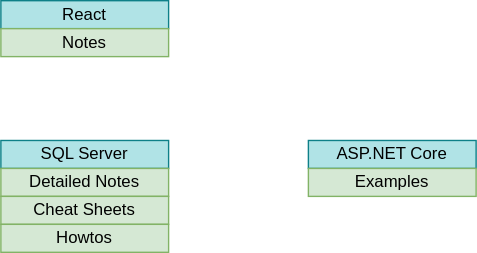
This is Diagram.svg from kennyrnwilson/kennyrnwilson.github.io, a draw.io export, as it was before one commit. Source tidied: cells renumbered, new cells last; positions are measured from the earlier drawing's top-left corner, leaving out a move shared by most shapes. The source it was exported from:
```xml
<mxGraphModel>
  <root>
    <mxCell id="0" />
    <mxCell id="1" parent="0" />
    <mxCell id="2" value="&lt;a href=&quot;https://bitbucket.org/kennyrnwilson/sqlserverbasics/src/master/README.md&quot;&gt;SQL Server&lt;/a&gt;" style="rounded=0;whiteSpace=wrap;html=1;fillColor=#b0e3e6;strokeColor=#0e8088;" parent="1" vertex="1">
      <mxGeometry y="100" width="120" height="20" as="geometry" />
    </mxCell>
    <mxCell id="3" value="&lt;a href=&quot;https://bitbucket.org/kennyrnwilson/sqlserverbasics/src/master/docs/notes/notes.md&quot;&gt;Detailed Notes&lt;/a&gt;" style="rounded=0;whiteSpace=wrap;html=1;fillColor=#d5e8d4;strokeColor=#82b366;" parent="1" vertex="1">
      <mxGeometry y="120" width="120" height="20" as="geometry" />
    </mxCell>
    <mxCell id="4" value="&lt;a href=&quot;https://bitbucket.org/kennyrnwilson/sqlserverbasics/src/docs/cheatsheets/cheatsheets.md&quot;&gt;Cheat Sheets&lt;/a&gt;" style="rounded=0;whiteSpace=wrap;html=1;fillColor=#d5e8d4;strokeColor=#82b366;" parent="1" vertex="1">
      <mxGeometry y="140" width="120" height="20" as="geometry" />
    </mxCell>
    <mxCell id="5" value="&lt;a href=&quot;https://bitbucket.org/kennyrnwilson/sqlserverbasics/src/master/howtos/howtos.md&quot;&gt;Howtos&lt;/a&gt;" style="rounded=0;whiteSpace=wrap;html=1;fillColor=#d5e8d4;strokeColor=#82b366;" parent="1" vertex="1">
      <mxGeometry y="160" width="120" height="20" as="geometry" />
    </mxCell>
    <mxCell id="6" value="&lt;a href=&quot;https://github.com/kennyrnwilson/aspdotnetcore&quot;&gt;ASP.NET Core&lt;/a&gt;" style="rounded=0;whiteSpace=wrap;html=1;fillColor=#b0e3e6;strokeColor=#0e8088;" parent="1" vertex="1">
      <mxGeometry x="220" y="100" width="120" height="20" as="geometry" />
    </mxCell>
    <mxCell id="7" value="&lt;a href=&quot;https://github.com/kennyrnwilson/aspdotnetcore/blob/main/examples/README.MD&quot;&gt;Examples&lt;/a&gt;" style="rounded=0;whiteSpace=wrap;html=1;fillColor=#d5e8d4;strokeColor=#82b366;" parent="1" vertex="1">
      <mxGeometry x="220" y="120" width="120" height="20" as="geometry" />
    </mxCell>
    <mxCell id="8" value="&lt;a href=&quot;https://github.com/kennyrnwilson/react&quot;&gt;React&lt;/a&gt;" style="rounded=0;whiteSpace=wrap;html=1;fillColor=#b0e3e6;strokeColor=#0e8088;" parent="1" vertex="1">
      <mxGeometry width="120" height="20" as="geometry" />
    </mxCell>
    <mxCell id="9" value="&lt;a href=&quot;https://github.com/kennyrnwilson/react/blob/main/notes/README.MD&quot;&gt;Notes&lt;/a&gt;" style="rounded=0;whiteSpace=wrap;html=1;fillColor=#d5e8d4;strokeColor=#82b366;" parent="1" vertex="1">
      <mxGeometry y="20" width="120" height="20" as="geometry" />
    </mxCell>
  </root>
</mxGraphModel>
```
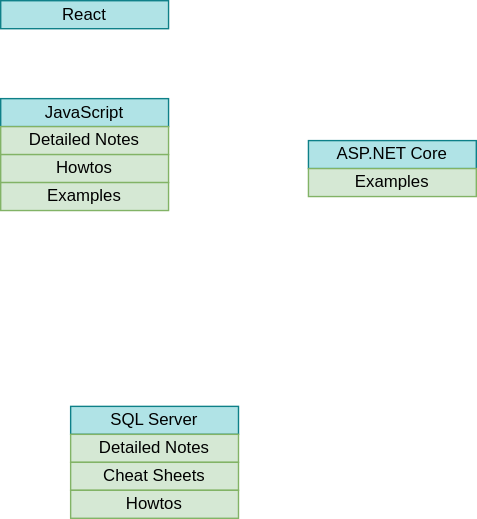
After the change.

Commit message:
Update JavaScript notes

Diff of the diagram source:
```diff
@@ -15,16 +15,25 @@
       <mxGeometry y="160" width="120" height="20" as="geometry" />
     </mxCell>
     <mxCell id="6" value="&lt;a href=&quot;https://github.com/kennyrnwilson/aspdotnetcore&quot;&gt;ASP.NET Core&lt;/a&gt;" style="rounded=0;whiteSpace=wrap;html=1;fillColor=#b0e3e6;strokeColor=#0e8088;" parent="1" vertex="1">
-      <mxGeometry x="220" y="100" width="120" height="20" as="geometry" />
+      <mxGeometry x="170" y="-90" width="120" height="20" as="geometry" />
     </mxCell>
     <mxCell id="7" value="&lt;a href=&quot;https://github.com/kennyrnwilson/aspdotnetcore/blob/main/examples/README.MD&quot;&gt;Examples&lt;/a&gt;" style="rounded=0;whiteSpace=wrap;html=1;fillColor=#d5e8d4;strokeColor=#82b366;" parent="1" vertex="1">
-      <mxGeometry x="220" y="120" width="120" height="20" as="geometry" />
+      <mxGeometry x="170" y="-70" width="120" height="20" as="geometry" />
     </mxCell>
     <mxCell id="8" value="&lt;a href=&quot;https://github.com/kennyrnwilson/react&quot;&gt;React&lt;/a&gt;" style="rounded=0;whiteSpace=wrap;html=1;fillColor=#b0e3e6;strokeColor=#0e8088;" parent="1" vertex="1">
-      <mxGeometry width="120" height="20" as="geometry" />
+      <mxGeometry x="-50" y="-190" width="120" height="20" as="geometry" />
     </mxCell>
-    <mxCell id="9" value="&lt;a href=&quot;https://github.com/kennyrnwilson/react/blob/main/notes/README.MD&quot;&gt;Notes&lt;/a&gt;" style="rounded=0;whiteSpace=wrap;html=1;fillColor=#d5e8d4;strokeColor=#82b366;" parent="1" vertex="1">
-      <mxGeometry y="20" width="120" height="20" as="geometry" />
-    </mxCell>
+    <mxCell id="10" value="&lt;a href=&quot;https://github.com/kennyrnwilson/javascript&quot;&gt;JavaScript&lt;/a&gt;" style="rounded=0;whiteSpace=wrap;html=1;fillColor=#b0e3e6;strokeColor=#0e8088;" parent="1" vertex="1">
+      <mxGeometry x="-50" y="-120" width="120" height="20" as="geometry" />
+    </mxCell>
+    <mxCell id="11" value="&lt;a href=&quot;https://github.com/kennyrnwilson/javascript/blob/master/docs/notes/README.MD&quot;&gt;Detailed Notes&lt;/a&gt;" style="rounded=0;whiteSpace=wrap;html=1;fillColor=#d5e8d4;strokeColor=#82b366;" parent="1" vertex="1">
+      <mxGeometry x="-50" y="-100" width="120" height="20" as="geometry" />
+    </mxCell>
+    <mxCell id="12" value="&lt;a href=&quot;https://bitbucket.org/kennyrnwilson/javascript/src/master/docs/howtos/README.MD&quot;&gt;Howtos&lt;/a&gt;" style="rounded=0;whiteSpace=wrap;html=1;fillColor=#d5e8d4;strokeColor=#82b366;" parent="1" vertex="1">
+      <mxGeometry x="-50" y="-80" width="120" height="20" as="geometry" />
+    </mxCell>
+    <mxCell id="13" value="&lt;a href=&quot;https://github.com/kennyrnwilson/javascript/blob/master/docs/examples/README.MD&quot;&gt;Examples&lt;/a&gt;" style="rounded=0;whiteSpace=wrap;html=1;fillColor=#d5e8d4;strokeColor=#82b366;" parent="1" vertex="1">
+      <mxGeometry x="-50" y="-60" width="120" height="20" as="geometry" />
+    </mxCell>
   </root>
 </mxGraphModel>
```
